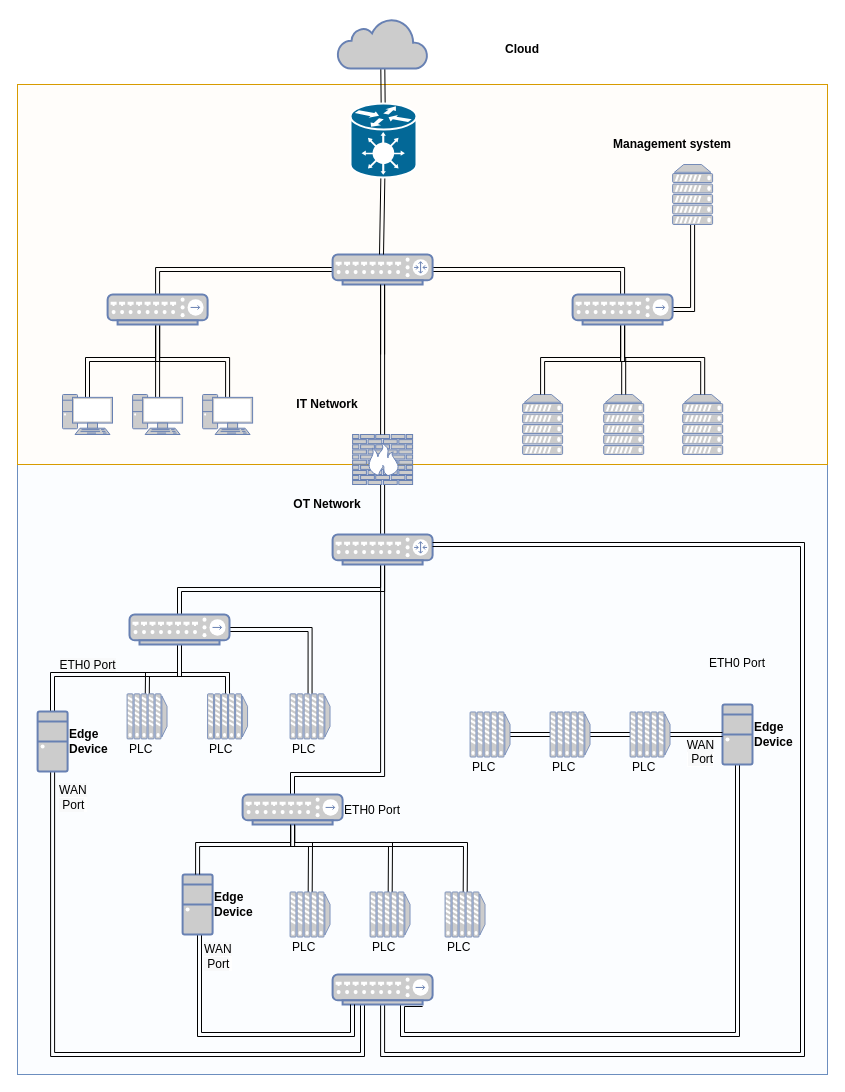
Earlier version of the draw.io diagram Network_Physical.drawio (manymiles/Draw_IO_Diagrams). Source tidied: cells renumbered, new cells numbered last; positions are measured from the earlier drawing's top-left corner, leaving out a move shared by most shapes. Both pictures are drawn from the tidied source at 100%, with x=0, y=0 at pixel (17, 18).
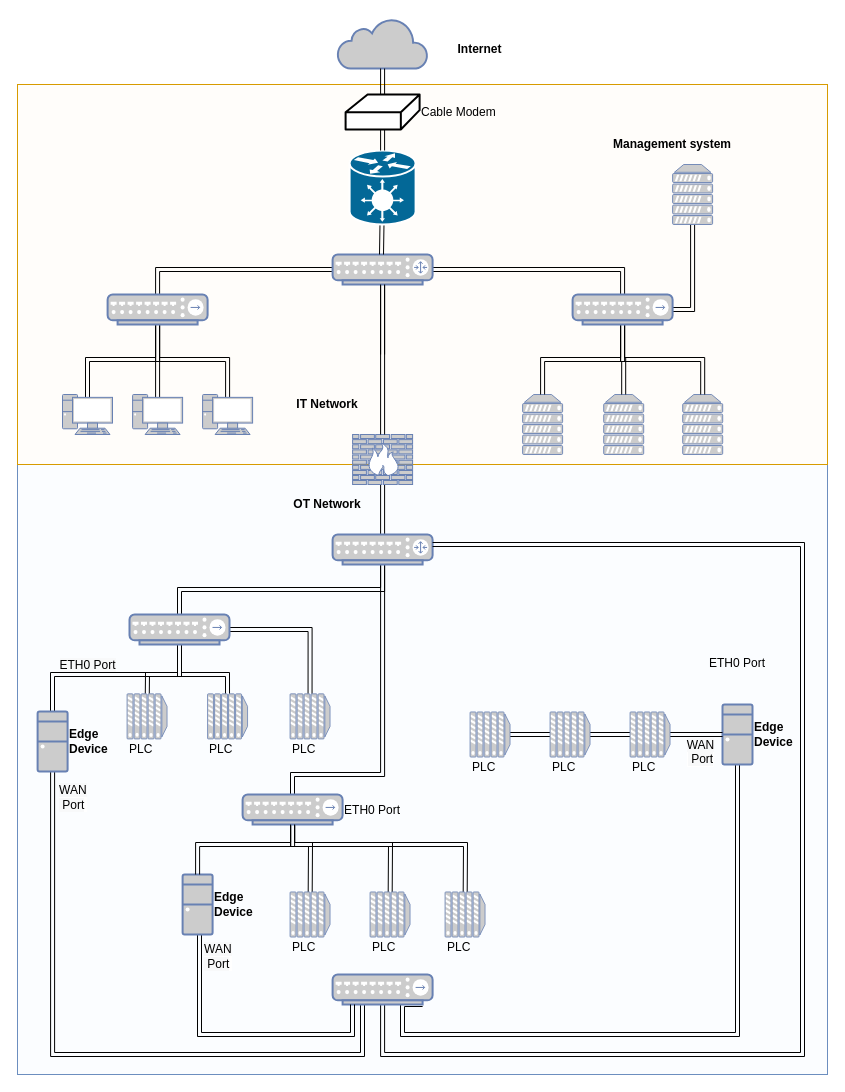
After the change.

Commit message:
Cable Modem

The change refers to these unchanged cells:
```xml
<mxCell id="53" style="outlineConnect=0;fillColor=#CCCCCC;strokeColor=#6881B3;gradientColor=none;gradientDirection=north;strokeWidth=2;shape=mxgraph.networks.cloud;fontColor=#ffffff;" parent="1" vertex="1">
  <mxGeometry x="320.1" width="90" height="50" as="geometry" />
</mxCell>
```

Change to the diagram source:
```diff
@@
-    <mxCell id="52" style="edgeStyle=none;shape=link;rounded=0;jettySize=auto;" parent="1" edge="1" source="54">
-      <mxGeometry relative="1" as="geometry">
-        <mxPoint x="365" y="26" as="targetPoint" />
-        <Array as="points">
-          <mxPoint x="365.1" y="26" />
-        </Array>
-      </mxGeometry>
-    </mxCell>
@@
     <mxCell id="54" style="shape=mxgraph.cisco.hubs_and_gateways.generic_gateway;dashed=0;fillColor=#036897;strokeColor=#ffffff;strokeWidth=2;verticalLabelPosition=bottom;verticalAlign=top;align=center;outlineConnect=0;" parent="1" vertex="1">
-      <mxGeometry x="333" y="85" width="66" height="74" as="geometry" />
+      <mxGeometry x="332.1" y="132" width="66" height="74" as="geometry" />
     </mxCell>
-    <mxCell id="55" value="Cloud" style="text;strokeColor=none;fillColor=none;align=center;verticalAlign=middle;whiteSpace=wrap;rounded=0;fontStyle=1;" parent="1" vertex="1">
-      <mxGeometry x="425" y="21" width="159.9" height="20" as="geometry" />
+    <mxCell id="55" value="Internet" style="text;strokeColor=none;fillColor=none;align=center;verticalAlign=middle;whiteSpace=wrap;rounded=0;fontStyle=1;" parent="1" vertex="1">
+      <mxGeometry x="425" y="21" width="75" height="20" as="geometry" />
     </mxCell>
@@
+    <mxCell id="73" value="Cable Modem" style="shape=mxgraph.cisco.modems_and_phones.cable_modem;html=1;dashed=0;strokeWidth=2;verticalLabelPosition=middle;verticalAlign=middle;align=left;outlineConnect=0;labelPosition=right;" parent="1" vertex="1">
+      <mxGeometry x="328.1" y="76" width="74" height="35" as="geometry" />
+    </mxCell>
+    <mxCell id="74" style="shape=link;html=1;rounded=0;" parent="1" edge="1" source="54" target="73">
+      <mxGeometry relative="1" as="geometry" />
+    </mxCell>
+    <mxCell id="75" style="shape=link;html=1;rounded=0;" parent="1" edge="1" source="53" target="73">
+      <mxGeometry relative="1" as="geometry" />
+    </mxCell>
```
